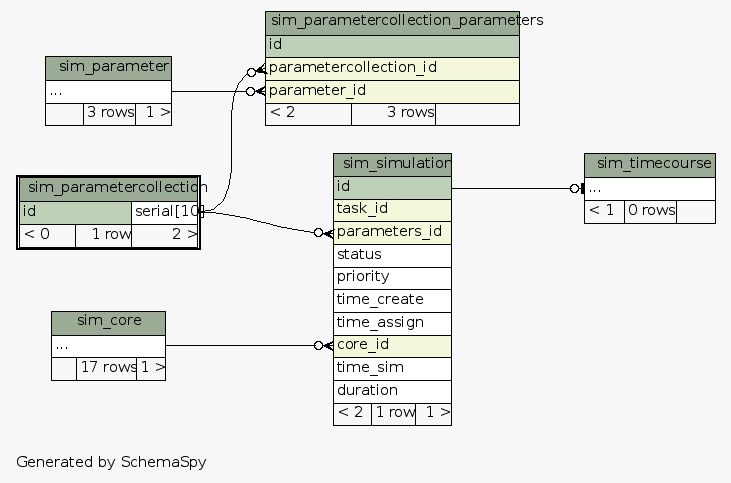
This is database/diagrams/sim_parametercollection.2degrees.png from jingyayeah/multiscale-galactose, a Graphviz export, as it was before one commit. Its source is kept beside it as database/diagrams/sim_parametercollection.1degree.dot.
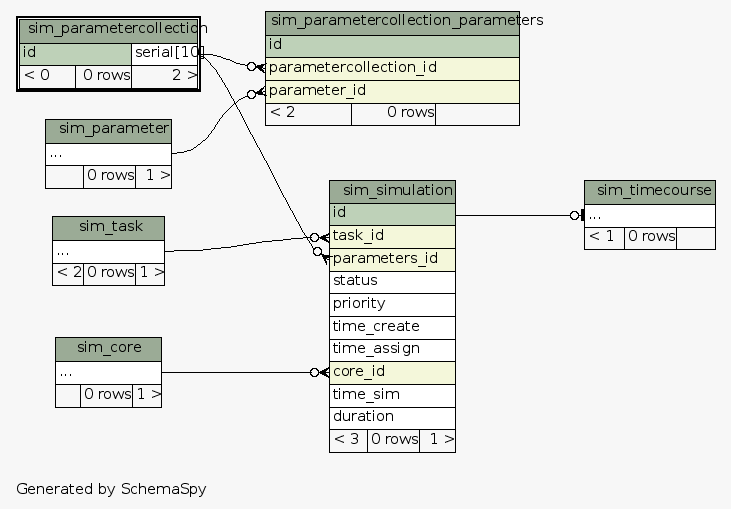
Later version of the same file.

What changed in the source:
```diff
@@ -24,7 +24,7 @@
     <TABLE BORDER="2" CELLBORDER="1" CELLSPACING="0" BGCOLOR="#ffffff">
       <TR><TD COLSPAN="3" BGCOLOR="#9bab96" ALIGN="CENTER">sim_parametercollection</TD></TR>
       <TR><TD PORT="id" COLSPAN="2" BGCOLOR="#bed1b8" ALIGN="LEFT">id</TD><TD PORT="id.type" ALIGN="LEFT">serial[10]</TD></TR>
-      <TR><TD ALIGN="LEFT" BGCOLOR="#f7f7f7">&lt; 0</TD><TD ALIGN="RIGHT" BGCOLOR="#f7f7f7">1 row</TD><TD ALIGN="RIGHT" BGCOLOR="#f7f7f7">2 &gt;</TD></TR>
+      <TR><TD ALIGN="LEFT" BGCOLOR="#f7f7f7">&lt; 0</TD><TD ALIGN="RIGHT" BGCOLOR="#f7f7f7">0 rows</TD><TD ALIGN="RIGHT" BGCOLOR="#f7f7f7">2 &gt;</TD></TR>
     </TABLE>>
     URL="sim_parametercollection.html"
     tooltip="sim_parametercollection"
@@ -36,7 +36,7 @@
       <TR><TD PORT="id" COLSPAN="3" BGCOLOR="#bed1b8" ALIGN="LEFT">id</TD></TR>
       <TR><TD PORT="parametercollection_id" COLSPAN="3" BGCOLOR="#f4f7da" ALIGN="LEFT">parametercollection_id</TD></TR>
       <TR><TD PORT="parameter_id" COLSPAN="3" BGCOLOR="#f4f7da" ALIGN="LEFT">parameter_id</TD></TR>
-      <TR><TD ALIGN="LEFT" BGCOLOR="#f7f7f7">&lt; 2</TD><TD ALIGN="RIGHT" BGCOLOR="#f7f7f7">3 rows</TD><TD ALIGN="RIGHT" BGCOLOR="#f7f7f7">  </TD></TR>
+      <TR><TD ALIGN="LEFT" BGCOLOR="#f7f7f7">&lt; 2</TD><TD ALIGN="RIGHT" BGCOLOR="#f7f7f7">0 rows</TD><TD ALIGN="RIGHT" BGCOLOR="#f7f7f7">  </TD></TR>
     </TABLE>>
     URL="sim_parametercollection_parameters.html"
     tooltip="sim_parametercollection_parameters"
@@ -55,7 +55,7 @@
       <TR><TD PORT="core_id" COLSPAN="3" BGCOLOR="#f4f7da" ALIGN="LEFT">core_id</TD></TR>
       <TR><TD PORT="time_sim" COLSPAN="3" ALIGN="LEFT">time_sim</TD></TR>
       <TR><TD PORT="duration" COLSPAN="3" ALIGN="LEFT">duration</TD></TR>
-      <TR><TD ALIGN="LEFT" BGCOLOR="#f7f7f7">&lt; 2</TD><TD ALIGN="RIGHT" BGCOLOR="#f7f7f7">1 row</TD><TD ALIGN="RIGHT" BGCOLOR="#f7f7f7">1 &gt;</TD></TR>
+      <TR><TD ALIGN="LEFT" BGCOLOR="#f7f7f7">&lt; 3</TD><TD ALIGN="RIGHT" BGCOLOR="#f7f7f7">0 rows</TD><TD ALIGN="RIGHT" BGCOLOR="#f7f7f7">1 &gt;</TD></TR>
     </TABLE>>
     URL="sim_simulation.html"
     tooltip="sim_simulation"
```
